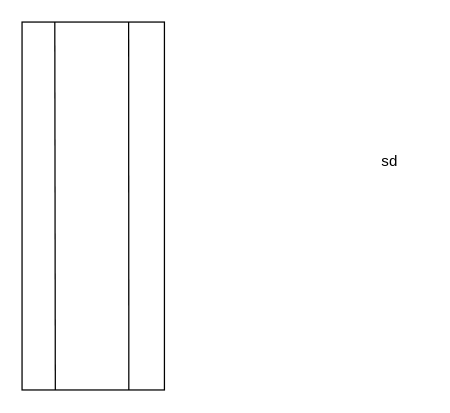
Earlier version of the draw.io diagram Untitled Diagram.drawio (Ali1996408/-1). Source tidied: cells renumbered, new cells numbered last; positions are measured from the earlier drawing's top-left corner, leaving out a move shared by most shapes. Both pictures are drawn from the tidied source at 126%, with x=0, y=0 at pixel (21, 21).
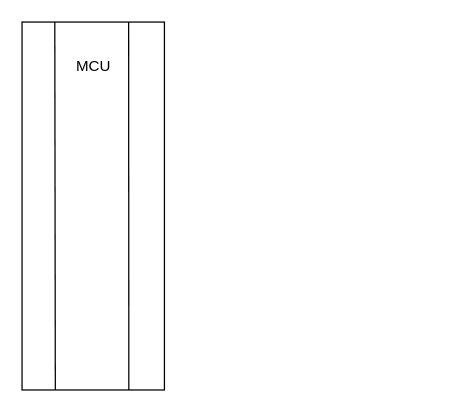
Above is the later version.

What changed in the source:
```diff
@@
 <mxGraphModel background="light-dark(#FFFFFF,#FFFFFF)">
   <root>
     <mxCell id="0" />
     <mxCell id="1" parent="0" />
     <mxCell id="2" style="rounded=0;whiteSpace=wrap;html=1;direction=south;fillColor=light-dark(#FFFFFF,#FEFEFE);strokeColor=light-dark(#000000,#000000);" parent="1" vertex="1">
       <mxGeometry width="113" height="292" as="geometry" />
     </mxCell>
     <mxCell id="3" style="endArrow=none;html=1;rounded=0;strokeColor=light-dark(#000000,#060606);exitX=1;exitY=0.25;exitDx=0;exitDy=0;" parent="1" edge="1" source="2">
       <mxGeometry relative="1" as="geometry">
         <mxPoint x="84.6" as="targetPoint" />
       </mxGeometry>
     </mxCell>
     <mxCell id="4" style="endArrow=none;html=1;rounded=0;strokeColor=light-dark(#000000,#060606);exitX=1;exitY=0.25;exitDx=0;exitDy=0;" parent="1" edge="1">
       <mxGeometry relative="1" as="geometry">
         <mxPoint x="26.4" y="292" as="sourcePoint" />
         <mxPoint x="26" as="targetPoint" />
       </mxGeometry>
     </mxCell>
-    <mxCell id="5" value="&lt;span style=&quot;color: rgb(0, 0, 0);&quot;&gt;sd&lt;/span&gt;" style="text;html=1;whiteSpace=wrap;strokeColor=none;fillColor=none;align=center;verticalAlign=middle;rounded=0;" parent="1" vertex="1">
-      <mxGeometry x="262" y="96" width="60" height="30" as="geometry" />
-    </mxCell>
+    <mxCell id="6" value="&lt;div&gt;MCU&lt;/div&gt;" style="text;html=1;whiteSpace=wrap;strokeColor=none;fillColor=none;align=center;verticalAlign=middle;rounded=0;fontColor=light-dark(#000000,#000000);" parent="1" vertex="1">
+      <mxGeometry x="26.5" y="20" width="60" height="30" as="geometry" />
+    </mxCell>
   </root>
 </mxGraphModel>
```
